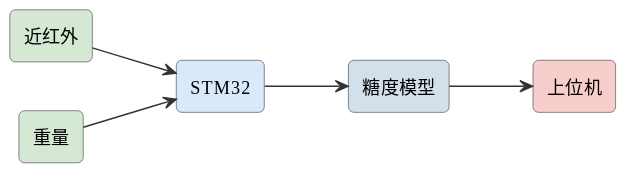
Before: assets/diagrams/ideas-fig27.svg, a diagram exported from PlantUML (mingyi0818/IntelligentMcuCourse). Its diagram source:
```plantuml
@startuml
skinparam defaultFontName "Microsoft YaHei"
skinparam rectangleRoundCorner 8
skinparam rectangleBorderColor #555
skinparam rectangleFontSize 13
skinparam arrowFontSize 11
skinparam arrowColor #333
left to right direction
rectangle "近红外" as nir #d5e8d4
rectangle "重量" as w #d5e8d4
rectangle "STM32" as stm #dae8fc
rectangle "糖度模型" as ai #d3e0ea
rectangle "上位机" as pc #f8cecc
nir --> stm
w --> stm
stm --> ai
ai --> pc
@enduml
```
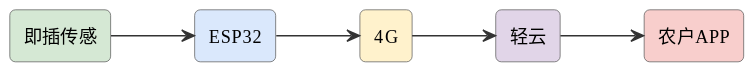
The same diagram one commit later.

The edit, as a diff of the source:
```diff
@@ -6,13 +6,13 @@
 skinparam arrowFontSize 11
 skinparam arrowColor #333
 left to right direction
-rectangle "近红外" as nir #d5e8d4
-rectangle "重量" as w #d5e8d4
-rectangle "STM32" as stm #dae8fc
-rectangle "糖度模型" as ai #d3e0ea
-rectangle "上位机" as pc #f8cecc
-nir --> stm
-w --> stm
-stm --> ai
-ai --> pc
+rectangle "即插传感" as mod #d5e8d4
+rectangle "ESP32" as esp #dae8fc
+rectangle "4G" as g #fff2cc
+rectangle "轻云" as cloud #e1d5e8
+rectangle "农户APP" as app #f8cecc
+mod --> esp
+esp --> g
+g --> cloud
+cloud --> app
 @enduml
```
